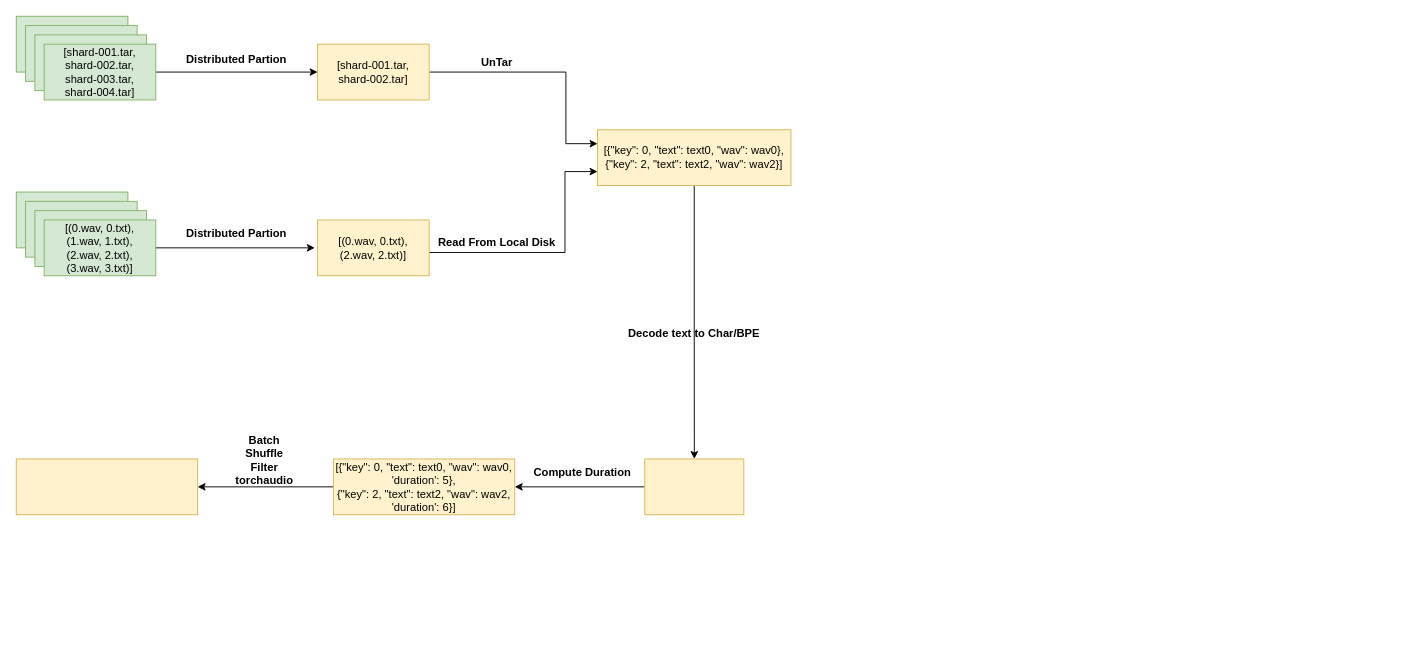
Above: wenet_unified_io.drawio in robin1001/draw.io (draw.io), before the change. Source tidied: cells renumbered, new cells numbered last; positions are measured from the earlier drawing's top-left corner, leaving out a move shared by most shapes. Both pictures are drawn from the tidied source at 93%, with x=0, y=0 at pixel (16, 16).
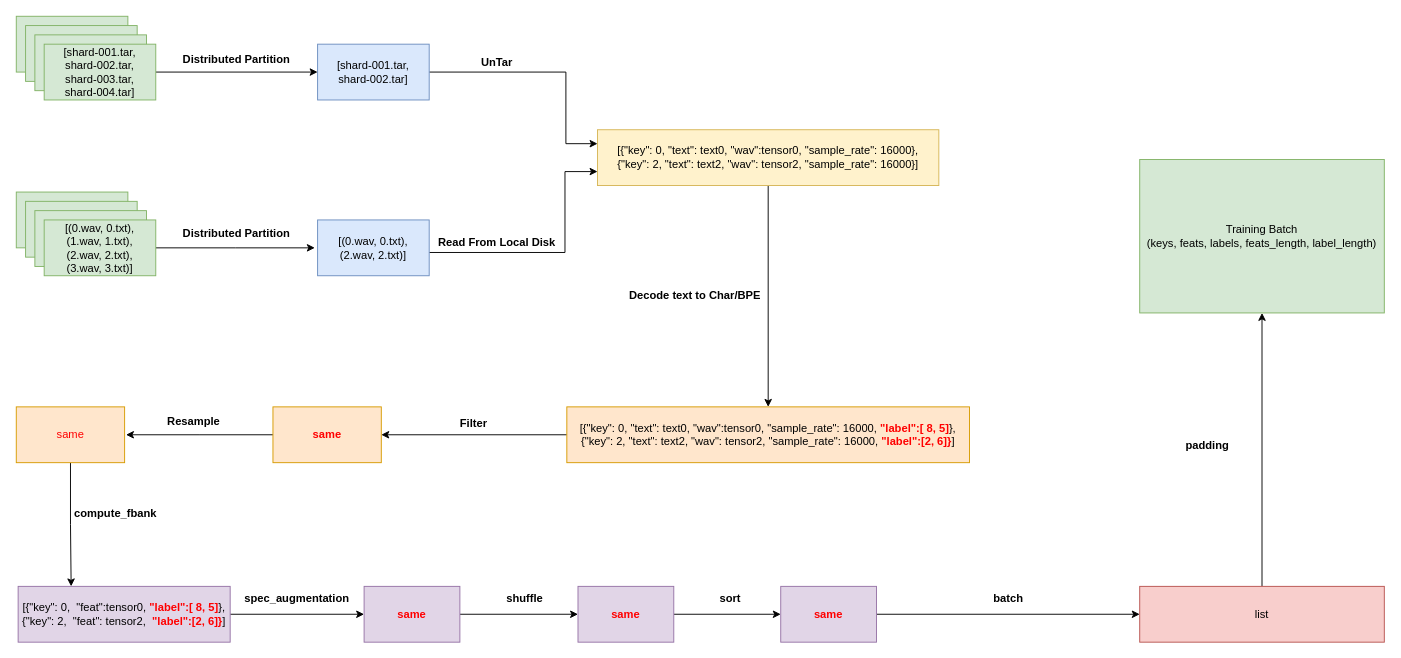
Above is the later version.

Commit message:
refine wenet_unified_io

Diff of the diagram source:
```diff
@@
-    <mxCell id="8" value="[shard-001.tar,&lt;br&gt;shard-002.tar]" style="rounded=0;whiteSpace=wrap;html=1;fillColor=#fff2cc;strokeColor=#d6b656;" parent="1" vertex="1">
+    <mxCell id="8" value="[shard-001.tar,&lt;br&gt;shard-002.tar]" style="rounded=0;whiteSpace=wrap;html=1;fillColor=#dae8fc;strokeColor=#6c8ebf;" parent="1" vertex="1">
       <mxGeometry x="324" y="30" width="120" height="60" as="geometry" />
     </mxCell>
-    <mxCell id="9" value="Distributed Partion" style="text;html=1;strokeColor=none;fillColor=none;align=center;verticalAlign=middle;whiteSpace=wrap;rounded=0;fontStyle=1;" parent="1" vertex="1">
+    <mxCell id="9" value="Distributed Partition" style="text;html=1;strokeColor=none;fillColor=none;align=center;verticalAlign=middle;whiteSpace=wrap;rounded=0;fontStyle=1;" parent="1" vertex="1">
       <mxGeometry x="159" y="37" width="156" height="20" as="geometry" />
     </mxCell>
@@
-    <mxCell id="11" value="[(0.wav, 0.txt),&lt;br&gt;(2.wav, 2.txt)]" style="rounded=0;whiteSpace=wrap;html=1;fillColor=#fff2cc;strokeColor=#d6b656;" parent="1" vertex="1">
+    <mxCell id="11" value="[(0.wav, 0.txt),&lt;br&gt;(2.wav, 2.txt)]" style="rounded=0;whiteSpace=wrap;html=1;fillColor=#dae8fc;strokeColor=#6c8ebf;" parent="1" vertex="1">
       <mxGeometry x="324" y="219" width="120" height="60" as="geometry" />
     </mxCell>
@@
-    <mxCell id="17" value="Distributed Partion" style="text;html=1;strokeColor=none;fillColor=none;align=center;verticalAlign=middle;whiteSpace=wrap;rounded=0;fontStyle=1;" parent="1" vertex="1">
+    <mxCell id="17" value="Distributed Partition" style="text;html=1;strokeColor=none;fillColor=none;align=center;verticalAlign=middle;whiteSpace=wrap;rounded=0;fontStyle=1;" parent="1" vertex="1">
       <mxGeometry x="159" y="224" width="156" height="20" as="geometry" />
     </mxCell>
@@
-    <mxCell id="19" value="[{&quot;key&quot;: 0, &quot;text&quot;: text0, &quot;wav&quot;: wav0},&lt;br&gt;{&quot;key&quot;: 2, &quot;text&quot;: text2, &quot;wav&quot;: wav2}]" style="rounded=0;whiteSpace=wrap;html=1;fillColor=#fff2cc;strokeColor=#d6b656;" parent="1" vertex="1">
-      <mxGeometry x="625" y="122" width="208" height="60" as="geometry" />
+    <mxCell id="19" value="[{&quot;key&quot;: 0, &quot;text&quot;: text0, &quot;wav&quot;:tensor0, &quot;sample_rate&quot;: 16000},&lt;br&gt;{&quot;key&quot;: 2, &quot;text&quot;: text2, &quot;wav&quot;: tensor2, &quot;sample_rate&quot;: 16000}]" style="rounded=0;whiteSpace=wrap;html=1;fillColor=#fff2cc;strokeColor=#d6b656;" parent="1" vertex="1">
+      <mxGeometry x="625" y="122" width="367" height="60" as="geometry" />
     </mxCell>
@@
-    <mxCell id="22" style="edgeStyle=orthogonalEdgeStyle;rounded=0;jettySize=auto;html=1;entryX=1;entryY=0.5;entryDx=0;entryDy=0;" parent="1" edge="1" source="23" target="28">
-      <mxGeometry relative="1" as="geometry" />
-    </mxCell>
-    <mxCell id="23" value="&lt;span&gt;[{&quot;key&quot;: 0, &quot;text&quot;: text0, &quot;wav&quot;: wav0, 'duration': 5},&lt;/span&gt;&lt;br&gt;&lt;span&gt;{&quot;key&quot;: 2, &quot;text&quot;: text2, &quot;wav&quot;: wav2, 'duration': 6}]&lt;/span&gt;" style="rounded=0;whiteSpace=wrap;html=1;fillColor=#fff2cc;strokeColor=#d6b656;" parent="1" vertex="1">
-      <mxGeometry x="341" y="476" width="195" height="60" as="geometry" />
-    </mxCell>
-    <mxCell id="24" value="Compute Duration" style="text;html=1;strokeColor=none;fillColor=none;align=center;verticalAlign=middle;whiteSpace=wrap;rounded=0;fontStyle=1;" parent="1" vertex="1">
-      <mxGeometry x="531" y="481" width="156" height="20" as="geometry" />
-    </mxCell>
-    <mxCell id="25" style="edgeStyle=orthogonalEdgeStyle;rounded=0;jettySize=auto;html=1;entryX=1;entryY=0.5;entryDx=0;entryDy=0;" parent="1" edge="1" source="26" target="23">
-      <mxGeometry relative="1" as="geometry" />
-    </mxCell>
+    <mxCell id="30" style="edgeStyle=orthogonalEdgeStyle;rounded=0;jettySize=auto;html=1;entryX=1;entryY=0.5;entryDx=0;entryDy=0;" parent="1" edge="1" source="26" target="28">
+      <mxGeometry relative="1" as="geometry" />
+    </mxCell>
-    <mxCell id="26" style="rounded=0;whiteSpace=wrap;html=1;fillColor=#fff2cc;strokeColor=#d6b656;" parent="1" vertex="1">
-      <mxGeometry x="675.8" y="476" width="106.5" height="60" as="geometry" />
+    <mxCell id="26" value="[{&quot;key&quot;: 0, &quot;text&quot;: text0, &quot;wav&quot;:tensor0, &quot;sample_rate&quot;: 16000, &lt;b&gt;&lt;font color=&quot;#ff0000&quot;&gt;&quot;label&quot;:[ 8, 5]&lt;/font&gt;&lt;/b&gt;},&lt;br&gt;{&quot;key&quot;: 2, &quot;text&quot;: text2, &quot;wav&quot;: tensor2, &quot;sample_rate&quot;: 16000, &lt;b&gt;&lt;font color=&quot;#ff0000&quot;&gt;&quot;label&quot;:[2, 6]}&lt;/font&gt;&lt;/b&gt;]" style="rounded=0;whiteSpace=wrap;html=1;fillColor=#ffe6cc;strokeColor=#d79b00;" parent="1" vertex="1">
+      <mxGeometry x="592" y="420" width="433" height="60" as="geometry" />
     </mxCell>
     <mxCell id="27" value="Decode text to Char/BPE" style="text;html=1;strokeColor=none;fillColor=none;align=center;verticalAlign=middle;whiteSpace=wrap;rounded=0;fontStyle=1;" parent="1" vertex="1">
-      <mxGeometry x="651" y="331" width="156" height="20" as="geometry" />
+      <mxGeometry x="652" y="291" width="156" height="20" as="geometry" />
     </mxCell>
+    <mxCell id="31" style="edgeStyle=orthogonalEdgeStyle;rounded=0;jettySize=auto;html=1;" parent="1" edge="1" source="28">
+      <mxGeometry relative="1" as="geometry">
+        <mxPoint x="118" y="450" as="targetPoint" />
+      </mxGeometry>
+    </mxCell>
-    <mxCell id="28" style="rounded=0;whiteSpace=wrap;html=1;fillColor=#fff2cc;strokeColor=#d6b656;" parent="1" vertex="1">
-      <mxGeometry y="476" width="195" height="60" as="geometry" />
+    <mxCell id="28" value="&lt;b&gt;&lt;font color=&quot;#ff0000&quot;&gt;same&lt;/font&gt;&lt;/b&gt;" style="rounded=0;whiteSpace=wrap;html=1;fillColor=#ffe6cc;strokeColor=#d79b00;" parent="1" vertex="1">
+      <mxGeometry x="276" y="420" width="116.5" height="60" as="geometry" />
     </mxCell>
-    <mxCell id="29" value="Batch&lt;br&gt;Shuffle&lt;br&gt;Filter&lt;br&gt;torchaudio" style="text;html=1;strokeColor=none;fillColor=none;align=center;verticalAlign=middle;whiteSpace=wrap;rounded=0;fontStyle=1;" parent="1" vertex="1">
-      <mxGeometry x="189" y="467" width="156" height="20" as="geometry" />
-    </mxCell>
+    <mxCell id="32" value="Filter" style="text;html=1;strokeColor=none;fillColor=none;align=center;verticalAlign=middle;whiteSpace=wrap;rounded=0;fontStyle=1;" parent="1" vertex="1">
+      <mxGeometry x="444" y="428" width="96" height="20" as="geometry" />
+    </mxCell>
+    <mxCell id="33" style="edgeStyle=orthogonalEdgeStyle;rounded=0;jettySize=auto;html=1;entryX=0.25;entryY=0;entryDx=0;entryDy=0;" parent="1" edge="1" source="34" target="37">
+      <mxGeometry relative="1" as="geometry" />
+    </mxCell>
+    <mxCell id="34" value="&lt;font color=&quot;#ff0000&quot;&gt;same&lt;/font&gt;" style="rounded=0;whiteSpace=wrap;html=1;fillColor=#ffe6cc;strokeColor=#d79b00;" parent="1" vertex="1">
+      <mxGeometry y="420" width="116.5" height="60" as="geometry" />
+    </mxCell>
+    <mxCell id="35" value="Resample" style="text;html=1;strokeColor=none;fillColor=none;align=center;verticalAlign=middle;whiteSpace=wrap;rounded=0;fontStyle=1;" parent="1" vertex="1">
+      <mxGeometry x="143" y="426" width="96" height="20" as="geometry" />
+    </mxCell>
+    <mxCell id="36" style="edgeStyle=orthogonalEdgeStyle;rounded=0;jettySize=auto;html=1;entryX=0;entryY=0.5;entryDx=0;entryDy=0;" parent="1" edge="1" source="37" target="40">
+      <mxGeometry relative="1" as="geometry" />
+    </mxCell>
+    <mxCell id="37" value="[{&quot;key&quot;: 0,&amp;nbsp; &quot;feat&quot;:tensor0,&amp;nbsp;&lt;b&gt;&lt;font color=&quot;#ff0000&quot;&gt;&quot;label&quot;:[ 8, 5]&lt;/font&gt;&lt;/b&gt;},&lt;br&gt;{&quot;key&quot;: 2,&amp;nbsp; &quot;feat&quot;: tensor2,&amp;nbsp;&amp;nbsp;&lt;b&gt;&lt;font color=&quot;#ff0000&quot;&gt;&quot;label&quot;:[2, 6]}&lt;/font&gt;&lt;/b&gt;]" style="rounded=0;whiteSpace=wrap;html=1;fillColor=#e1d5e7;strokeColor=#9673a6;" parent="1" vertex="1">
+      <mxGeometry x="2" y="613" width="228" height="60" as="geometry" />
+    </mxCell>
+    <mxCell id="38" value="compute_fbank" style="text;html=1;strokeColor=none;fillColor=none;align=center;verticalAlign=middle;whiteSpace=wrap;rounded=0;fontStyle=1;" parent="1" vertex="1">
+      <mxGeometry x="59" y="525" width="96" height="20" as="geometry" />
+    </mxCell>
+    <mxCell id="39" style="edgeStyle=orthogonalEdgeStyle;rounded=0;jettySize=auto;html=1;entryX=0;entryY=0.5;entryDx=0;entryDy=0;" parent="1" edge="1" source="40" target="44">
+      <mxGeometry relative="1" as="geometry" />
+    </mxCell>
+    <mxCell id="40" value="&lt;b&gt;&lt;font color=&quot;#ff0000&quot;&gt;same&lt;/font&gt;&lt;/b&gt;" style="rounded=0;whiteSpace=wrap;html=1;fillColor=#e1d5e7;strokeColor=#9673a6;" parent="1" vertex="1">
+      <mxGeometry x="374" y="613" width="103" height="60" as="geometry" />
+    </mxCell>
+    <mxCell id="41" value="spec_augmentation" style="text;html=1;strokeColor=none;fillColor=none;align=center;verticalAlign=middle;whiteSpace=wrap;rounded=0;fontStyle=1;" parent="1" vertex="1">
+      <mxGeometry x="254" y="616" width="96" height="20" as="geometry" />
+    </mxCell>
+    <mxCell id="42" value="shuffle" style="text;html=1;strokeColor=none;fillColor=none;align=center;verticalAlign=middle;whiteSpace=wrap;rounded=0;fontStyle=1;" parent="1" vertex="1">
+      <mxGeometry x="499" y="616" width="96" height="20" as="geometry" />
+    </mxCell>
+    <mxCell id="43" style="edgeStyle=orthogonalEdgeStyle;rounded=0;jettySize=auto;html=1;" parent="1" edge="1" source="44" target="46">
+      <mxGeometry relative="1" as="geometry" />
+    </mxCell>
+    <mxCell id="44" value="&lt;font color=&quot;#ff0000&quot;&gt;&lt;b&gt;same&lt;/b&gt;&lt;/font&gt;" style="rounded=0;whiteSpace=wrap;html=1;fillColor=#e1d5e7;strokeColor=#9673a6;" parent="1" vertex="1">
+      <mxGeometry x="604" y="613" width="103" height="60" as="geometry" />
+    </mxCell>
+    <mxCell id="45" style="edgeStyle=orthogonalEdgeStyle;rounded=0;jettySize=auto;html=1;entryX=0;entryY=0.5;entryDx=0;entryDy=0;" parent="1" edge="1" source="46" target="50">
+      <mxGeometry relative="1" as="geometry" />
+    </mxCell>
+    <mxCell id="46" value="&lt;b&gt;&lt;font color=&quot;#ff0000&quot;&gt;same&lt;/font&gt;&lt;/b&gt;" style="rounded=0;whiteSpace=wrap;html=1;fillColor=#e1d5e7;strokeColor=#9673a6;" parent="1" vertex="1">
+      <mxGeometry x="822" y="613" width="103" height="60" as="geometry" />
+    </mxCell>
+    <mxCell id="47" style="edgeStyle=orthogonalEdgeStyle;rounded=0;orthogonalLoop=1;jettySize=auto;html=1;exitX=0.5;exitY=1;exitDx=0;exitDy=0;" parent="1" edge="1" source="41" target="41">
+      <mxGeometry relative="1" as="geometry" />
+    </mxCell>
+    <mxCell id="48" value="sort" style="text;html=1;strokeColor=none;fillColor=none;align=center;verticalAlign=middle;whiteSpace=wrap;rounded=0;fontStyle=1;" parent="1" vertex="1">
+      <mxGeometry x="720" y="616" width="96" height="20" as="geometry" />
+    </mxCell>
+    <mxCell id="49" style="edgeStyle=orthogonalEdgeStyle;rounded=0;jettySize=auto;html=1;entryX=0.5;entryY=1;entryDx=0;entryDy=0;" parent="1" edge="1" source="50" target="52">
+      <mxGeometry relative="1" as="geometry" />
+    </mxCell>
+    <mxCell id="50" value="list" style="rounded=0;whiteSpace=wrap;html=1;fillColor=#f8cecc;strokeColor=#b85450;" parent="1" vertex="1">
+      <mxGeometry x="1208" y="613" width="263" height="60" as="geometry" />
+    </mxCell>
+    <mxCell id="51" value="batch" style="text;html=1;strokeColor=none;fillColor=none;align=center;verticalAlign=middle;whiteSpace=wrap;rounded=0;fontStyle=1;" parent="1" vertex="1">
+      <mxGeometry x="1019" y="616" width="96" height="20" as="geometry" />
+    </mxCell>
+    <mxCell id="52" value="Training Batch&lt;br&gt;(keys, feats, labels, feats_length, label_length)" style="rounded=0;whiteSpace=wrap;html=1;fillColor=#d5e8d4;strokeColor=#82b366;" parent="1" vertex="1">
+      <mxGeometry x="1208" y="154" width="263" height="165" as="geometry" />
+    </mxCell>
+    <mxCell id="53" value="padding" style="text;html=1;strokeColor=none;fillColor=none;align=center;verticalAlign=middle;whiteSpace=wrap;rounded=0;fontStyle=1;" parent="1" vertex="1">
+      <mxGeometry x="1233" y="452" width="96" height="20" as="geometry" />
+    </mxCell>
```
